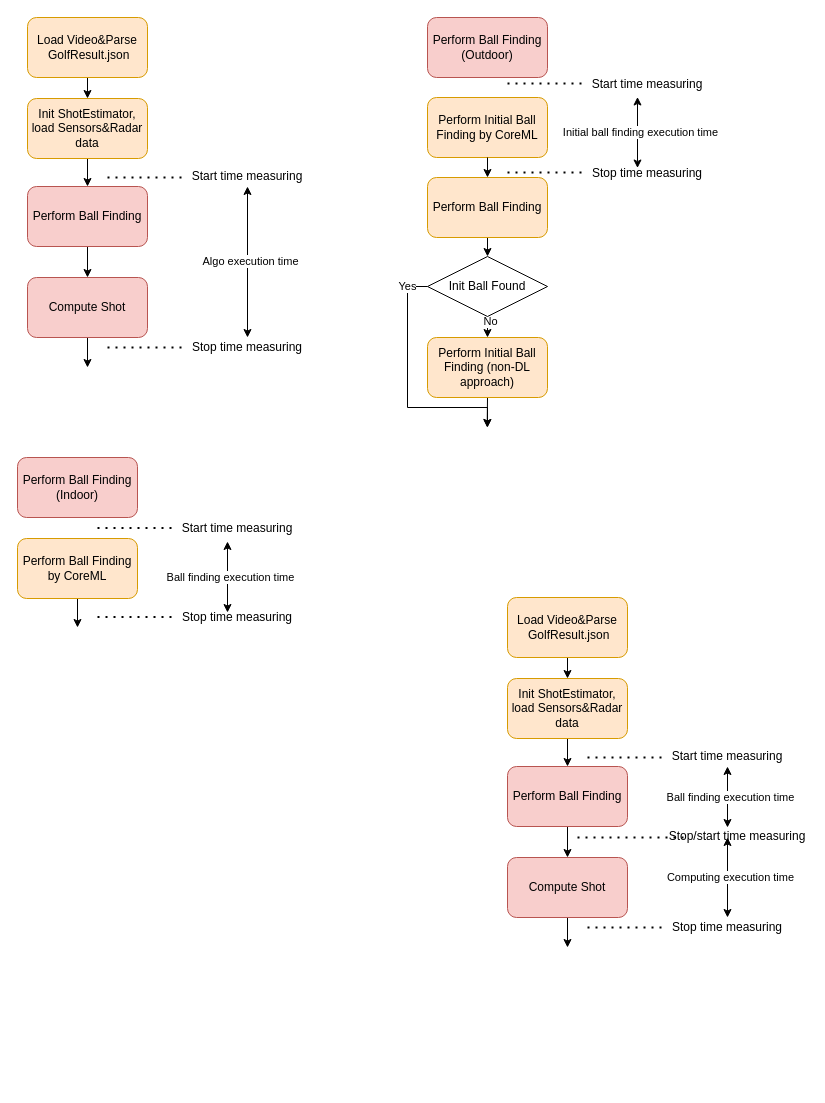
Above: MLM.drawio in Mike335207/work (draw.io), before the change. Source tidied: cells renumbered, new cells numbered last; positions are measured from the earlier drawing's top-left corner, leaving out a move shared by most shapes. Both pictures are drawn from the tidied source at 100%, with x=0, y=0 at pixel (17, 17). Pictures stored in the file or linked from it are replaced by grey dashed boxes.
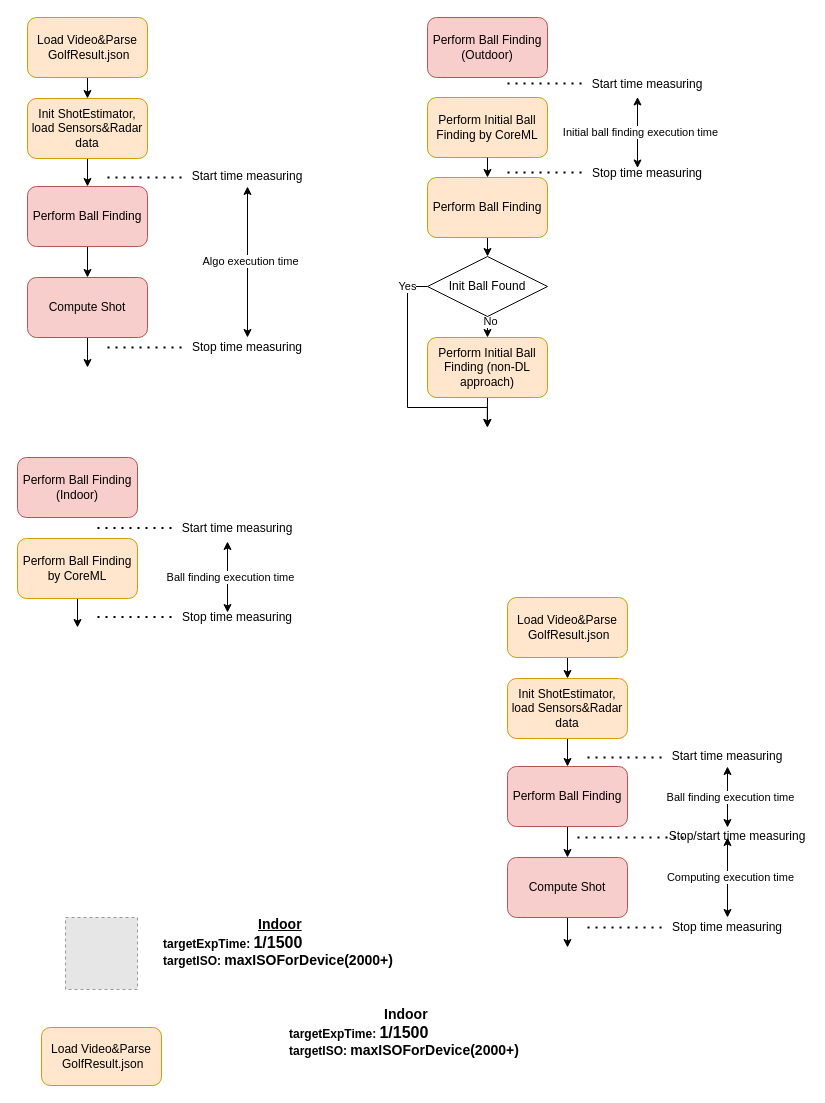
After the change.

Diff of the diagram source:
```diff
@@
+    <mxCell id="60" style="fillColor=#E6E6E6;strokeColor=#999999;dashed=1;verticalLabelPosition=bottom;labelBackgroundColor=#ffffff;verticalAlign=top;" parent="1" vertex="1">
+      <mxGeometry x="48" y="900" width="72" height="72" as="geometry" />
+    </mxCell>
+    <mxCell id="61" value="Load Video&amp;amp;Parse &amp;nbsp;GolfResult.json" style="rounded=1;whiteSpace=wrap;html=1;fillColor=#ffe6cc;strokeColor=#d79b00;" parent="1" vertex="1">
+      <mxGeometry x="24" y="1010" width="120" height="58" as="geometry" />
+    </mxCell>
+    <mxCell id="62" value="&lt;div style=&quot;text-align: center&quot;&gt;&lt;span style=&quot;font-size: 14px&quot;&gt;&lt;u&gt;Indoor&lt;/u&gt;&lt;/span&gt;&lt;/div&gt;targetExpTime: &lt;font style=&quot;font-size: 16px&quot;&gt;1/1500&lt;/font&gt;&lt;br&gt;targetISO: &lt;font style=&quot;font-size: 14px&quot;&gt;maxISOForDevice(2000+)&amp;nbsp;&lt;/font&gt;" style="text;html=1;strokeColor=none;fillColor=none;align=left;verticalAlign=middle;whiteSpace=wrap;rounded=0;fontStyle=1;" parent="1" vertex="1">
+      <mxGeometry x="144" y="900" width="256" height="50" as="geometry" />
+    </mxCell>
+    <mxCell id="63" value="&lt;div style=&quot;text-align: center&quot;&gt;&lt;span style=&quot;font-size: 14px&quot;&gt;Indoor&lt;/span&gt;&lt;/div&gt;targetExpTime: &lt;font style=&quot;font-size: 16px&quot;&gt;1/1500&lt;/font&gt;&lt;br&gt;targetISO: &lt;font style=&quot;font-size: 14px&quot;&gt;maxISOForDevice(2000+)&amp;nbsp;&lt;/font&gt;" style="text;html=1;strokeColor=none;fillColor=none;align=left;verticalAlign=middle;whiteSpace=wrap;rounded=0;fontStyle=1;" parent="1" vertex="1">
+      <mxGeometry x="270" y="990" width="256" height="50" as="geometry" />
+    </mxCell>
```
